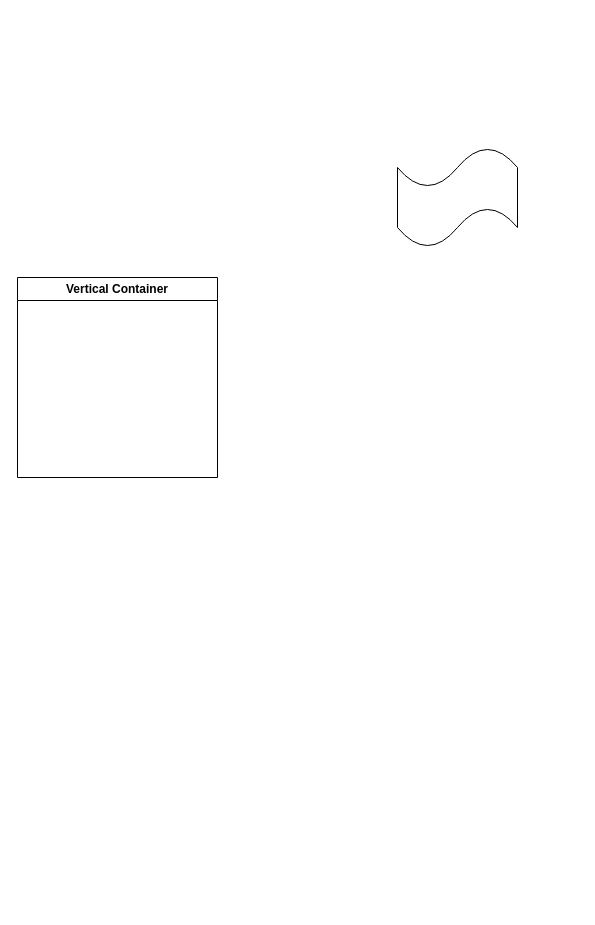
Earlier version of the draw.io diagram repositority-for-draw.io/未命名绘图.drawio (wcjlh/for-draw.io). Source tidied: cells renumbered, new cells numbered last; positions are measured from the earlier drawing's top-left corner, leaving out a move shared by most shapes. Both pictures are drawn from the tidied source at 100%, with x=0, y=0 at pixel (17, 147).
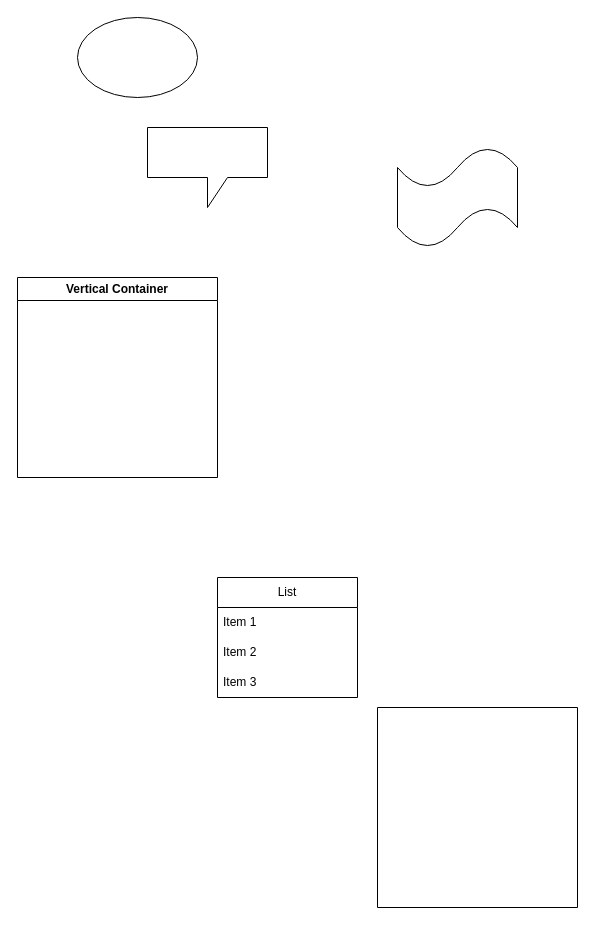
After the change.

Commit message:
更新未命名绘图.drawio

The edit, as a diff of the source:
```diff
@@
 <mxGraphModel>
   <root>
     <mxCell id="0" />
     <mxCell id="1" parent="0" />
     <mxCell id="2" value="Vertical Container" style="swimlane;whiteSpace=wrap;html=1;" parent="1" vertex="1">
       <mxGeometry y="130" width="200" height="200" as="geometry" />
     </mxCell>
     <mxCell id="3" style="shape=tape;whiteSpace=wrap;html=1;" parent="1" vertex="1">
       <mxGeometry x="380" width="120" height="100" as="geometry" />
     </mxCell>
+    <mxCell id="4" style="shape=callout;whiteSpace=wrap;html=1;perimeter=calloutPerimeter;" parent="1" vertex="1">
+      <mxGeometry x="130" y="-20" width="120" height="80" as="geometry" />
+    </mxCell>
+    <mxCell id="5" style="ellipse;whiteSpace=wrap;html=1;" parent="1" vertex="1">
+      <mxGeometry x="60" y="-130" width="120" height="80" as="geometry" />
+    </mxCell>
+    <mxCell id="6" style="swimlane;startSize=0;" parent="1" vertex="1">
+      <mxGeometry x="360" y="560" width="200" height="200" as="geometry" />
+    </mxCell>
+    <mxCell id="7" value="List" style="swimlane;fontStyle=0;horizontal=1;startSize=30;whiteSpace=wrap;html=1;" parent="1" vertex="1">
+      <mxGeometry x="200" y="430" width="140" height="120" as="geometry" />
+    </mxCell>
+    <mxCell id="8" value="Item 1" style="text;strokeColor=none;fillColor=none;align=left;verticalAlign=middle;spacingLeft=4;spacingRight=4;overflow=hidden;whiteSpace=wrap;html=1;" parent="7" vertex="1">
+      <mxGeometry y="30" width="140" height="30" as="geometry" />
+    </mxCell>
+    <mxCell id="9" value="Item 2" style="text;strokeColor=none;fillColor=none;align=left;verticalAlign=middle;spacingLeft=4;spacingRight=4;overflow=hidden;whiteSpace=wrap;html=1;" parent="7" vertex="1">
+      <mxGeometry y="60" width="140" height="30" as="geometry" />
+    </mxCell>
+    <mxCell id="10" value="Item 3" style="text;strokeColor=none;fillColor=none;align=left;verticalAlign=middle;spacingLeft=4;spacingRight=4;overflow=hidden;whiteSpace=wrap;html=1;" parent="7" vertex="1">
+      <mxGeometry y="90" width="140" height="30" as="geometry" />
+    </mxCell>
   </root>
 </mxGraphModel>
```
